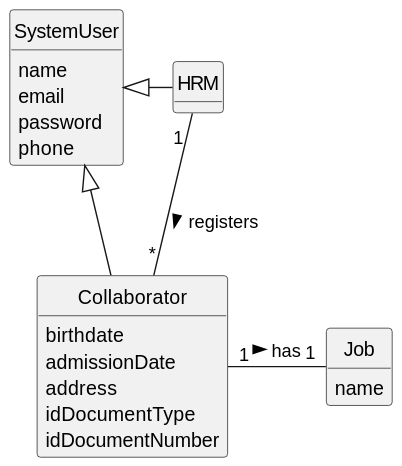
Departamento-de-Engenharia-Informatica/lei-24-s2-1do-g164 keeps this PlantUML diagram as docs/sprintB/us003/02.analysis/svg/us003-domain-model.svg. Above is the earlier version. The source it was exported from:
```plantuml
@startuml
skinparam monochrome true
skinparam packageStyle rectangle
skinparam shadowing false


skinparam classAttributeIconSize 0

hide circle
hide methods



class SystemUser {
    name
    email
    password
    phone

}

class Collaborator {
    birthdate
    admissionDate
    address
    idDocumentType
    idDocumentNumber
}


class HRM {

}


class Job{
    name
}

SystemUser <|- Collaborator

SystemUser <|- HRM

HRM "1 " -- "*" Collaborator :  registers >

Collaborator "1" - "1" Job : has >
@enduml
```
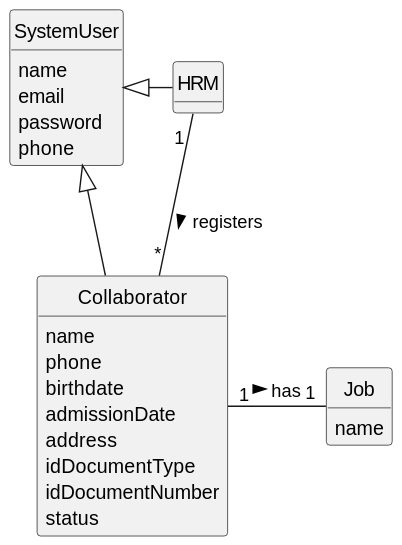
After the change.

The edit, as a diff of the source:
```diff
@@ -20,11 +20,14 @@
 }
 
 class Collaborator {
-    birthdate
-    admissionDate
-    address
-    idDocumentType
-    idDocumentNumber
+       name
+       phone
+       birthdate
+       admissionDate
+       address
+       idDocumentType
+       idDocumentNumber
+       status
 }
 
 
```
